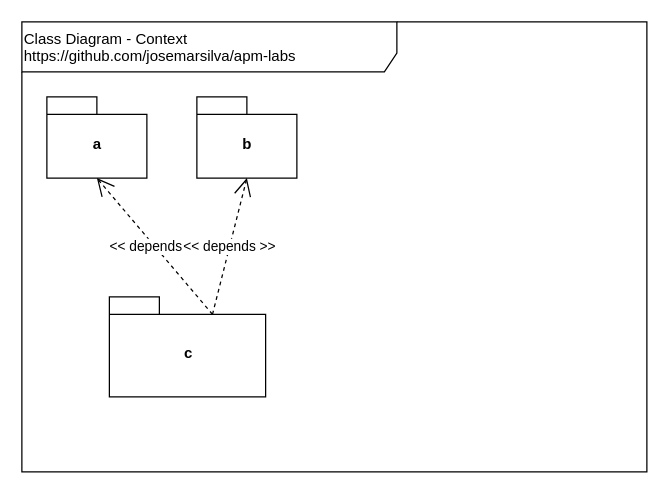
josemarsilva/apm-labs keeps this draw.io diagram as doc/ClassDiagram-Context.drawio. Above is the earlier version. Source tidied: cells renumbered, new cells numbered last; positions are measured from the earlier drawing's top-left corner, leaving out a move shared by most shapes. Both pictures are drawn from the tidied source at 125%, with x=0, y=0 at pixel (21, 21).
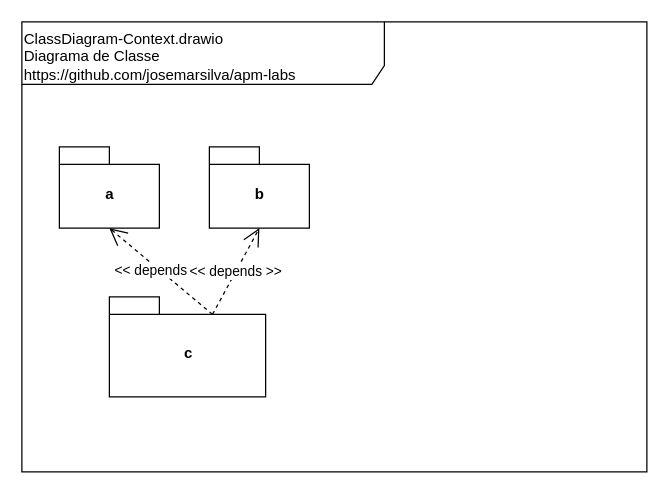
Above is the later version.

The edit, as a diff of the source:
```diff
@@
 <mxGraphModel>
   <root>
     <mxCell id="0" />
     <mxCell id="1" parent="0" />
-    <mxCell id="2" value="Class Diagram - Context&lt;br&gt;https://github.com/josemarsilva/apm-labs" style="shape=umlFrame;whiteSpace=wrap;html=1;width=300;height=40;verticalAlign=top;align=left;" parent="1" vertex="1">
+    <mxCell id="2" value="ClassDiagram-Context.drawio&lt;br&gt;Diagrama de Classe&lt;br&gt;https://github.com/josemarsilva/apm-labs" style="shape=umlFrame;whiteSpace=wrap;html=1;width=290;height=50;verticalAlign=top;align=left;" parent="1" vertex="1">
       <mxGeometry width="500" height="360" as="geometry" />
     </mxCell>
     <mxCell id="3" value="a" style="shape=folder;fontStyle=1;spacingTop=10;tabWidth=40;tabHeight=14;tabPosition=left;html=1;" parent="1" vertex="1">
-      <mxGeometry x="20" y="60" width="80" height="65" as="geometry" />
+      <mxGeometry x="30" y="100" width="80" height="65" as="geometry" />
     </mxCell>
     <mxCell id="4" value="&amp;lt;&amp;lt; depends &amp;gt;&amp;gt;" style="endArrow=open;endSize=12;dashed=1;html=1;exitX=0;exitY=0;exitDx=82.5;exitDy=14;entryX=0.5;entryY=1;entryDx=0;entryDy=0;entryPerimeter=0;exitPerimeter=0;" parent="1" edge="1" source="5" target="3">
       <mxGeometry relative="1" as="geometry" />
     </mxCell>
     <mxCell id="5" value="&lt;span&gt;c&lt;/span&gt;" style="shape=folder;fontStyle=1;spacingTop=10;tabWidth=40;tabHeight=14;tabPosition=left;html=1;" parent="1" vertex="1">
       <mxGeometry x="70" y="220" width="125" height="80" as="geometry" />
     </mxCell>
     <mxCell id="6" value="b" style="shape=folder;fontStyle=1;spacingTop=10;tabWidth=40;tabHeight=14;tabPosition=left;html=1;" parent="1" vertex="1">
-      <mxGeometry x="140" y="60" width="80" height="65" as="geometry" />
+      <mxGeometry x="150" y="100" width="80" height="65" as="geometry" />
     </mxCell>
     <mxCell id="7" value="&amp;lt;&amp;lt; depends &amp;gt;&amp;gt;" style="endArrow=open;endSize=12;dashed=1;html=1;exitX=0;exitY=0;exitDx=82.5;exitDy=14;entryX=0.5;entryY=1;entryDx=0;entryDy=0;entryPerimeter=0;exitPerimeter=0;" parent="1" edge="1" source="5" target="6">
       <mxGeometry relative="1" as="geometry" />
     </mxCell>
   </root>
 </mxGraphModel>
```
